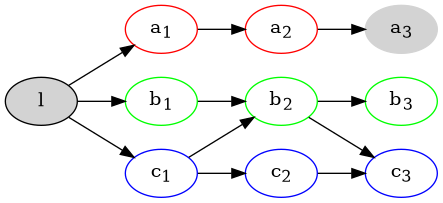
Above: proposal/figures/isolated-miners.png in braidpool/braidpool (Graphviz), before the change. Its source is kept beside it as proposal/figures/isolated-miners.dot.
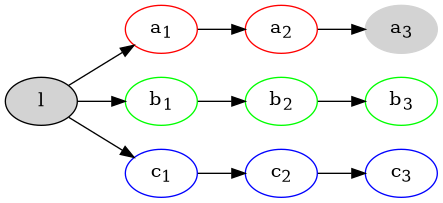
The same diagram one commit later.

What changed in the source:
```diff
@@ -30,6 +30,4 @@
     subgraph node_c {
         c1 -> c2 -> c3
     }
-    b2 -> c3
-    c1 -> b2
 }
```
